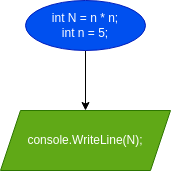
Lucomorye/c-230223- keeps this draw.io diagram as seminars/seminars_1/ex_001/diagram.drawio.png. Above is the earlier version. Source tidied: cells renumbered, new cells last; positions are measured from the earlier drawing's top-left corner, leaving out a move shared by most shapes.
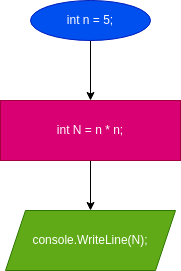
The same diagram one commit later.

Commit message:
ЗАДАЧА 1 РЕШЕНА

The edit, as a diff of the source:
```diff
@@ -2,14 +2,20 @@
   <root>
     <mxCell id="0" />
     <mxCell id="1" parent="0" />
-    <mxCell id="2" style="edgeStyle=none;html=1;" parent="1" edge="1" source="3" target="4">
-      <mxGeometry relative="1" as="geometry" />
-    </mxCell>
+    <mxCell id="5" style="edgeStyle=none;html=1;" parent="1" edge="1" source="3" target="7">
+      <mxGeometry relative="1" as="geometry" />
+    </mxCell>
-    <mxCell id="3" value="int N = n * n;&lt;br&gt;int n = 5;&lt;br&gt;" style="ellipse;whiteSpace=wrap;html=1;fillColor=#0050ef;fontColor=#ffffff;strokeColor=#001DBC;" parent="1" vertex="1">
-      <mxGeometry x="25" width="120" height="50" as="geometry" />
+    <mxCell id="3" value="int n = 5;" style="ellipse;whiteSpace=wrap;html=1;fillColor=#0050ef;fontColor=#ffffff;strokeColor=#001DBC;" parent="1" vertex="1">
+      <mxGeometry x="25" y="40" width="120" height="40" as="geometry" />
     </mxCell>
     <mxCell id="4" value="console.WriteLine(N);" style="shape=parallelogram;perimeter=parallelogramPerimeter;whiteSpace=wrap;html=1;fixedSize=1;fillColor=#60a917;fontColor=#ffffff;strokeColor=#2D7600;" parent="1" vertex="1">
-      <mxGeometry y="110" width="170" height="60" as="geometry" />
+      <mxGeometry y="250" width="170" height="60" as="geometry" />
     </mxCell>
+    <mxCell id="6" style="edgeStyle=none;html=1;" parent="1" edge="1" source="7" target="4">
+      <mxGeometry relative="1" as="geometry" />
+    </mxCell>
+    <mxCell id="7" value="&lt;span style=&quot;color: rgb(255, 255, 255);&quot;&gt;int N = n * n;&lt;/span&gt;" style="rounded=0;whiteSpace=wrap;html=1;fillColor=#d80073;fontColor=#ffffff;strokeColor=#A50040;" parent="1" vertex="1">
+      <mxGeometry x="-5" y="140" width="180" height="60" as="geometry" />
+    </mxCell>
   </root>
 </mxGraphModel>
```
